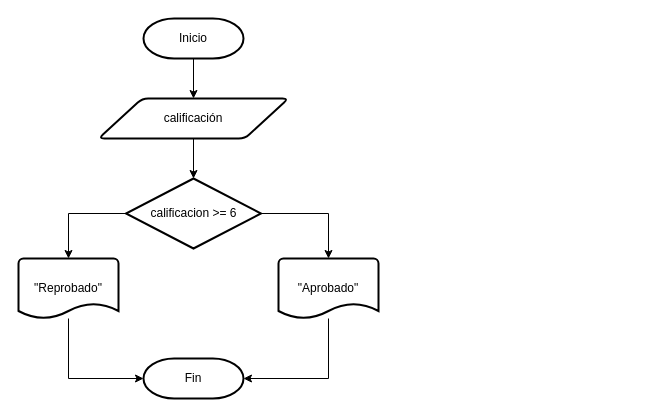
The draw.io diagram ES_Ejercicio_01.drawio in JaritaSanty/draw.io_BookPython, before the edit. Source tidied: cells renumbered, new cells numbered last; positions are measured from the earlier drawing's top-left corner, leaving out a move shared by most shapes. Both pictures are drawn from the tidied source at 100%, with x=0, y=0 at pixel (18, 18).
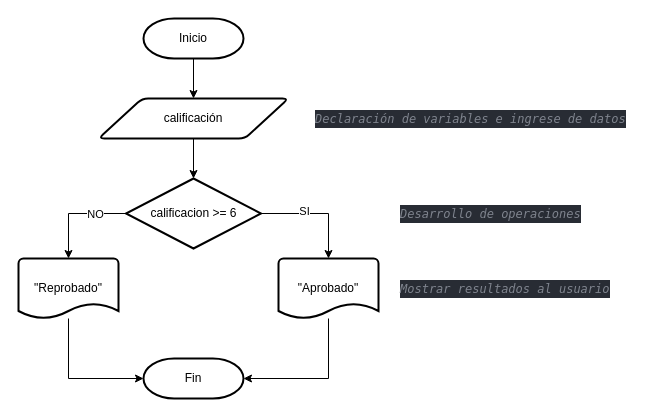
The same page after the edit.

Unchanged cells that the change refers to:
```xml
<mxCell id="9" style="edgeStyle=orthogonalEdgeStyle;rounded=0;jettySize=auto;html=1;exitX=0;exitY=0.5;exitDx=0;exitDy=0;exitPerimeter=0;entryX=0.5;entryY=0;entryDx=0;entryDy=0;entryPerimeter=0;" parent="1" edge="1" source="11" target="13">
  <mxGeometry relative="1" as="geometry" />
</mxCell>
<mxCell id="10" style="edgeStyle=orthogonalEdgeStyle;rounded=0;jettySize=auto;html=1;exitX=1;exitY=0.5;exitDx=0;exitDy=0;exitPerimeter=0;entryX=0.5;entryY=0;entryDx=0;entryDy=0;entryPerimeter=0;" parent="1" edge="1" source="11" target="6">
  <mxGeometry relative="1" as="geometry" />
</mxCell>
```

What changed in the source:
```diff
@@
+    <mxCell id="14" value="NO" style="edgeLabel;html=1;align=center;verticalAlign=middle;" parent="9" vertex="1">
+      <mxGeometry x="-0.42" relative="1" as="geometry">
+        <mxPoint x="-1" as="offset" />
+      </mxGeometry>
+    </mxCell>
@@
+    <mxCell id="15" value="SI" style="edgeLabel;html=1;align=center;verticalAlign=middle;" parent="10" vertex="1">
+      <mxGeometry x="-0.23" y="3" relative="1" as="geometry" />
+    </mxCell>
@@
+    <mxCell id="16" value="&lt;div style=&quot;font-style: normal; font-variant-caps: normal; font-weight: normal; letter-spacing: normal; text-align: start; text-indent: 0px; text-transform: none; word-spacing: 0px; -webkit-text-stroke-width: 0px; text-decoration: none; color: rgb(171, 178, 191); background-color: rgb(40, 44, 52); font-family: &amp;quot;Fira Code&amp;quot;, &amp;quot;Menlo for Powerline&amp;quot;, Menlo, Monaco, &amp;quot;Courier New&amp;quot;, monospace; font-size: 12px; line-height: 18px;&quot;&gt;&lt;div&gt;&lt;span style=&quot;color: rgb(127, 132, 142); font-style: italic;&quot;&gt;Declaración de variables e ingrese de datos&lt;/span&gt;&lt;/div&gt;&lt;/div&gt;" style="text;whiteSpace=wrap;html=1;" parent="1" vertex="1">
+      <mxGeometry x="295" y="85" width="340" height="30" as="geometry" />
+    </mxCell>
+    <mxCell id="17" value="&lt;div style=&quot;font-style: normal; font-variant-caps: normal; font-weight: normal; letter-spacing: normal; text-align: start; text-indent: 0px; text-transform: none; word-spacing: 0px; -webkit-text-stroke-width: 0px; text-decoration: none; color: rgb(171, 178, 191); background-color: rgb(40, 44, 52); font-family: &amp;quot;Fira Code&amp;quot;, &amp;quot;Menlo for Powerline&amp;quot;, Menlo, Monaco, &amp;quot;Courier New&amp;quot;, monospace; font-size: 12px; line-height: 18px;&quot;&gt;&lt;div&gt;&lt;span style=&quot;color: rgb(127, 132, 142); font-style: italic;&quot;&gt;Mostrar resultados al usuario&lt;/span&gt;&lt;/div&gt;&lt;/div&gt;" style="text;whiteSpace=wrap;html=1;" parent="1" vertex="1">
+      <mxGeometry x="380" y="255" width="240" height="30" as="geometry" />
+    </mxCell>
+    <mxCell id="18" value="&lt;div style=&quot;font-style: normal; font-variant-caps: normal; font-weight: normal; letter-spacing: normal; text-align: start; text-indent: 0px; text-transform: none; word-spacing: 0px; -webkit-text-stroke-width: 0px; text-decoration: none; color: rgb(171, 178, 191); background-color: rgb(40, 44, 52); font-family: &amp;quot;Fira Code&amp;quot;, &amp;quot;Menlo for Powerline&amp;quot;, Menlo, Monaco, &amp;quot;Courier New&amp;quot;, monospace; font-size: 12px; line-height: 18px;&quot;&gt;&lt;div&gt;&lt;span style=&quot;color: rgb(127, 132, 142); font-style: italic;&quot;&gt;Desarrollo de operaciones&lt;/span&gt;&lt;/div&gt;&lt;/div&gt;" style="text;whiteSpace=wrap;html=1;" parent="1" vertex="1">
+      <mxGeometry x="380" y="180" width="210" height="30" as="geometry" />
+    </mxCell>
```
